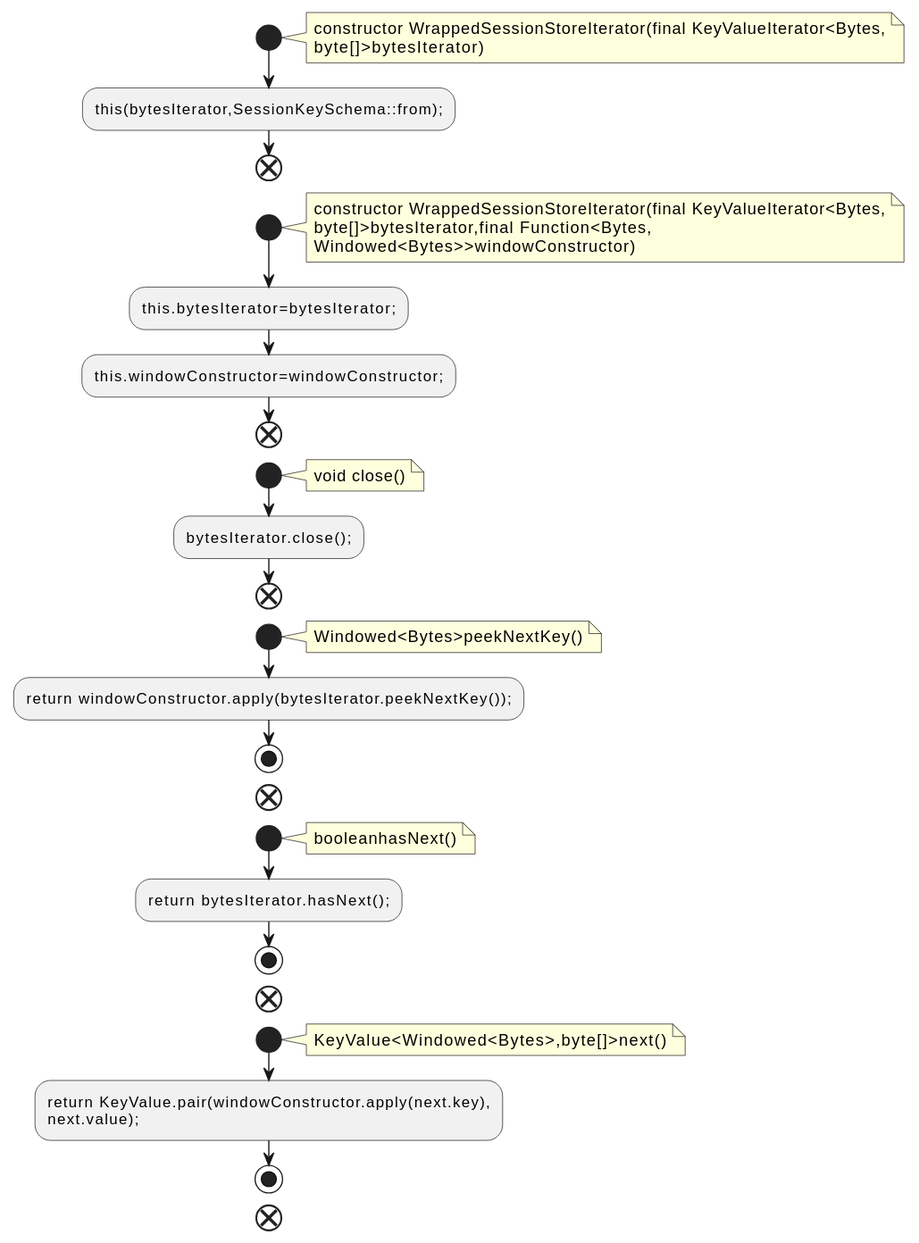
The PlantUML diagram docs/qc/streams/src/main/java/org/apache/kafka/streams/state/internals/WrappedSessionStoreIterator.java.fct.svg in qualitesys/kafka, before a commit.
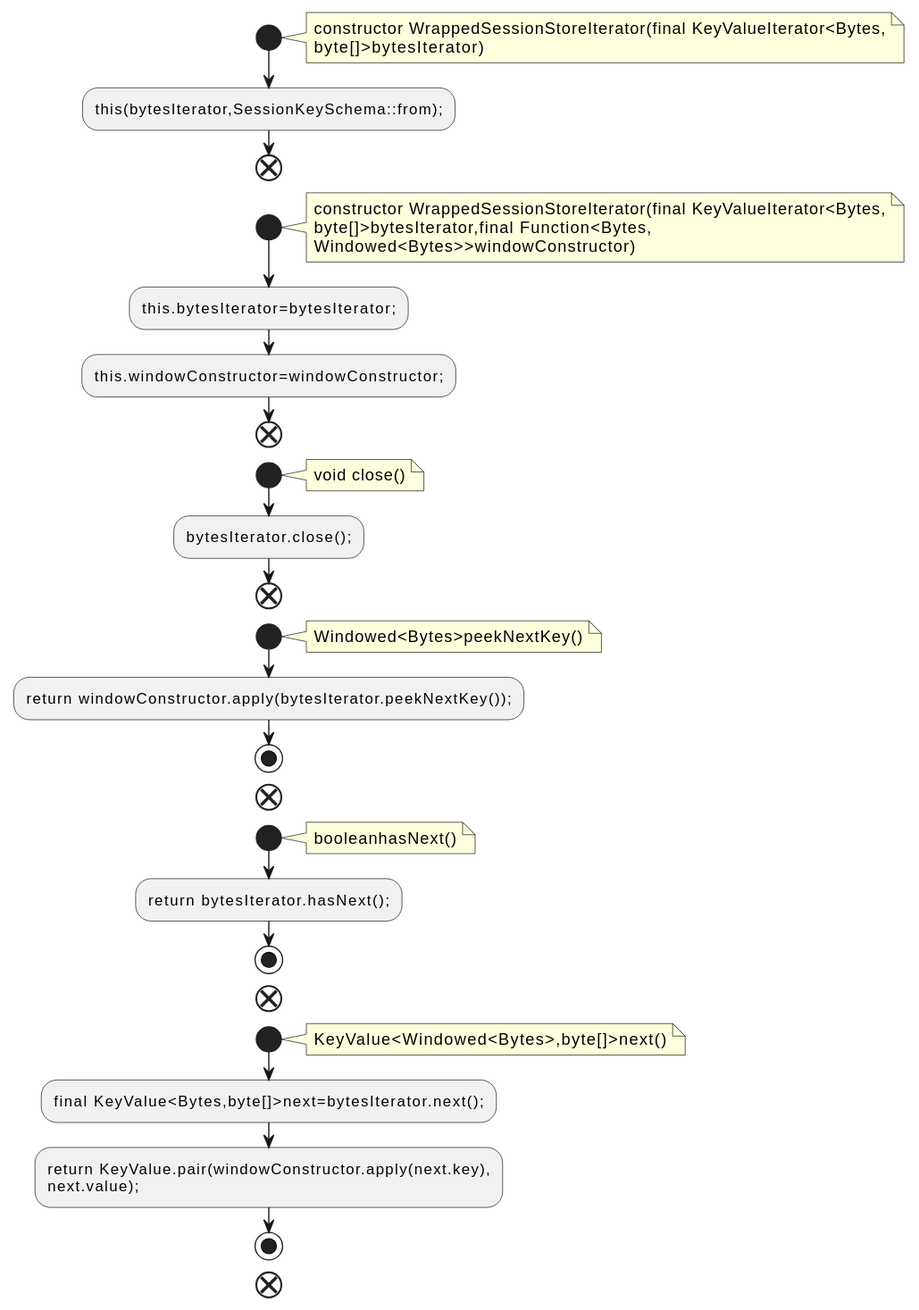
After the commit.

Diff of the diagram source:
```diff
@@ -40,6 +40,7 @@
 note right
 KeyValue<Windowed<Bytes>,byte[]>next()
 end note
+:final KeyValue<Bytes,byte[]>next=bytesIterator.next();;
 :return KeyValue.pair(windowConstructor.apply(next.key),
 next.value);;
 stop
```
